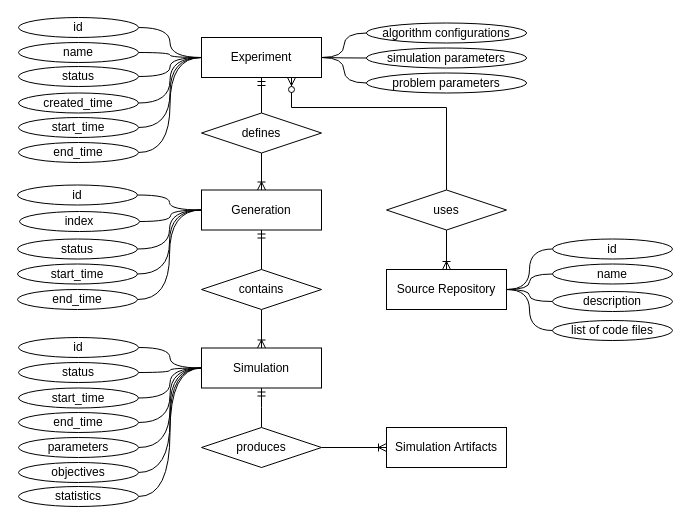
Earlier version of the draw.io diagram page "entity-relationship" (3 of 3) of docs/diagrams/diagrams1.drawio (JunioCesarFerreira/simlab). Source tidied: cells renumbered, new cells numbered last; positions are measured from the earlier drawing's top-left corner, leaving out a move shared by most shapes. Both pictures are drawn from the tidied source at 100%, with x=0, y=0 at pixel (17, 17).
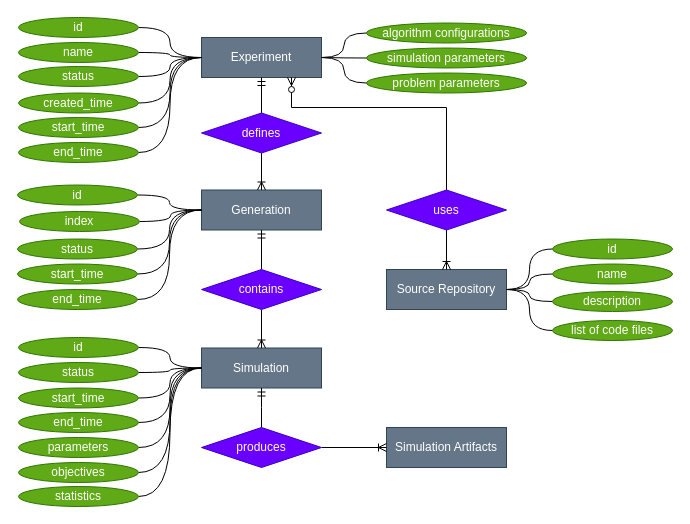
The same page after the edit.

The edit, as a diff of the source:
```diff
@@
-    <mxCell id="2" value="Experiment" style="rounded=0;whiteSpace=wrap;html=1;" parent="1" vertex="1">
+    <mxCell id="2" value="Experiment" style="rounded=0;whiteSpace=wrap;html=1;fillColor=#647687;strokeColor=#314354;fontColor=#ffffff;" parent="1" vertex="1">
       <mxGeometry x="184" y="20" width="120" height="40" as="geometry" />
     </mxCell>
-    <mxCell id="3" value="Simulation" style="rounded=0;whiteSpace=wrap;html=1;" parent="1" vertex="1">
+    <mxCell id="3" value="Simulation" style="rounded=0;whiteSpace=wrap;html=1;fillColor=#647687;strokeColor=#314354;fontColor=#ffffff;" parent="1" vertex="1">
       <mxGeometry x="184" y="330.5" width="120" height="40" as="geometry" />
     </mxCell>
@@
-    <mxCell id="5" value="id" style="ellipse;whiteSpace=wrap;html=1;" parent="1" vertex="1">
+    <mxCell id="5" value="id" style="ellipse;whiteSpace=wrap;html=1;fillColor=#60a917;strokeColor=#2D7600;fontColor=#ffffff;" parent="1" vertex="1">
       <mxGeometry x="1" width="120" height="20" as="geometry" />
     </mxCell>
@@
-    <mxCell id="7" value="name" style="ellipse;whiteSpace=wrap;html=1;" parent="1" vertex="1">
+    <mxCell id="7" value="name" style="ellipse;whiteSpace=wrap;html=1;fillColor=#60a917;strokeColor=#2D7600;fontColor=#ffffff;" parent="1" vertex="1">
       <mxGeometry x="1" y="25" width="120" height="20" as="geometry" />
     </mxCell>
@@
-    <mxCell id="9" value="status" style="ellipse;whiteSpace=wrap;html=1;" parent="1" vertex="1">
+    <mxCell id="9" value="status" style="ellipse;whiteSpace=wrap;html=1;fillColor=#60a917;strokeColor=#2D7600;fontColor=#ffffff;" parent="1" vertex="1">
       <mxGeometry x="1" y="49" width="120" height="20" as="geometry" />
     </mxCell>
-    <mxCell id="10" value="Generation" style="rounded=0;whiteSpace=wrap;html=1;" parent="1" vertex="1">
+    <mxCell id="10" value="Generation" style="rounded=0;whiteSpace=wrap;html=1;fillColor=#647687;strokeColor=#314354;fontColor=#ffffff;" parent="1" vertex="1">
       <mxGeometry x="184" y="172.5" width="120" height="40" as="geometry" />
     </mxCell>
@@
-    <mxCell id="12" value="id" style="ellipse;whiteSpace=wrap;html=1;" parent="1" vertex="1">
+    <mxCell id="12" value="id" style="ellipse;whiteSpace=wrap;html=1;fillColor=#60a917;strokeColor=#2D7600;fontColor=#ffffff;" parent="1" vertex="1">
       <mxGeometry x="1" y="320" width="120" height="20" as="geometry" />
     </mxCell>
@@
-    <mxCell id="14" value="status" style="ellipse;whiteSpace=wrap;html=1;" parent="1" vertex="1">
+    <mxCell id="14" value="status" style="ellipse;whiteSpace=wrap;html=1;fillColor=#60a917;strokeColor=#2D7600;fontColor=#ffffff;" parent="1" vertex="1">
       <mxGeometry x="1" y="345" width="120" height="20" as="geometry" />
     </mxCell>
@@
-    <mxCell id="16" value="id" style="ellipse;whiteSpace=wrap;html=1;" parent="1" vertex="1">
+    <mxCell id="16" value="id" style="ellipse;whiteSpace=wrap;html=1;fillColor=#60a917;strokeColor=#2D7600;fontColor=#ffffff;" parent="1" vertex="1">
       <mxGeometry y="167.5" width="120" height="20" as="geometry" />
     </mxCell>
@@
-    <mxCell id="18" value="status" style="ellipse;whiteSpace=wrap;html=1;" parent="1" vertex="1">
+    <mxCell id="18" value="status" style="ellipse;whiteSpace=wrap;html=1;fillColor=#60a917;strokeColor=#2D7600;fontColor=#ffffff;" parent="1" vertex="1">
       <mxGeometry y="221.5" width="120" height="20" as="geometry" />
     </mxCell>
-    <mxCell id="19" value="Source Repository" style="rounded=0;whiteSpace=wrap;html=1;" parent="1" vertex="1">
+    <mxCell id="19" value="Source Repository" style="rounded=0;whiteSpace=wrap;html=1;fillColor=#647687;strokeColor=#314354;fontColor=#ffffff;" parent="1" vertex="1">
       <mxGeometry x="369" y="252" width="120" height="40" as="geometry" />
     </mxCell>
@@
-    <mxCell id="21" value="id" style="ellipse;whiteSpace=wrap;html=1;" parent="1" vertex="1">
+    <mxCell id="21" value="id" style="ellipse;whiteSpace=wrap;html=1;fillColor=#60a917;strokeColor=#2D7600;fontColor=#ffffff;" parent="1" vertex="1">
       <mxGeometry x="535" y="221.5" width="120" height="20" as="geometry" />
     </mxCell>
@@
-    <mxCell id="23" value="name" style="ellipse;whiteSpace=wrap;html=1;" parent="1" vertex="1">
+    <mxCell id="23" value="name" style="ellipse;whiteSpace=wrap;html=1;fillColor=#60a917;strokeColor=#2D7600;fontColor=#ffffff;" parent="1" vertex="1">
       <mxGeometry x="535" y="246.5" width="120" height="20" as="geometry" />
     </mxCell>
@@
-    <mxCell id="25" value="description" style="ellipse;whiteSpace=wrap;html=1;" parent="1" vertex="1">
+    <mxCell id="25" value="description" style="ellipse;whiteSpace=wrap;html=1;fillColor=#60a917;strokeColor=#2D7600;fontColor=#ffffff;" parent="1" vertex="1">
       <mxGeometry x="535" y="274" width="120" height="20" as="geometry" />
     </mxCell>
@@
-    <mxCell id="27" value="parameters" style="ellipse;whiteSpace=wrap;html=1;" parent="1" vertex="1">
+    <mxCell id="27" value="parameters" style="ellipse;whiteSpace=wrap;html=1;fillColor=#60a917;strokeColor=#2D7600;fontColor=#ffffff;" parent="1" vertex="1">
       <mxGeometry x="1" y="420" width="120" height="20" as="geometry" />
     </mxCell>
-    <mxCell id="28" value="Simulation Artifacts" style="rounded=0;whiteSpace=wrap;html=1;" parent="1" vertex="1">
+    <mxCell id="28" value="Simulation Artifacts" style="rounded=0;whiteSpace=wrap;html=1;fillColor=#647687;strokeColor=#314354;fontColor=#ffffff;" parent="1" vertex="1">
       <mxGeometry x="369" y="410" width="120" height="40" as="geometry" />
     </mxCell>
@@
-    <mxCell id="30" value="objectives" style="ellipse;whiteSpace=wrap;html=1;" parent="1" vertex="1">
+    <mxCell id="30" value="objectives" style="ellipse;whiteSpace=wrap;html=1;fillColor=#60a917;strokeColor=#2D7600;fontColor=#ffffff;" parent="1" vertex="1">
       <mxGeometry x="1" y="445" width="120" height="20" as="geometry" />
     </mxCell>
@@
-    <mxCell id="32" value="start_time" style="ellipse;whiteSpace=wrap;html=1;" parent="1" vertex="1">
+    <mxCell id="32" value="start_time" style="ellipse;whiteSpace=wrap;html=1;fillColor=#60a917;strokeColor=#2D7600;fontColor=#ffffff;" parent="1" vertex="1">
       <mxGeometry y="246.5" width="120" height="20" as="geometry" />
     </mxCell>
@@
-    <mxCell id="34" value="end_time" style="ellipse;whiteSpace=wrap;html=1;" parent="1" vertex="1">
+    <mxCell id="34" value="end_time" style="ellipse;whiteSpace=wrap;html=1;fillColor=#60a917;strokeColor=#2D7600;fontColor=#ffffff;" parent="1" vertex="1">
       <mxGeometry y="272" width="120" height="20" as="geometry" />
     </mxCell>
@@
-    <mxCell id="36" value="start_time" style="ellipse;whiteSpace=wrap;html=1;" parent="1" vertex="1">
+    <mxCell id="36" value="start_time" style="ellipse;whiteSpace=wrap;html=1;fillColor=#60a917;strokeColor=#2D7600;fontColor=#ffffff;" parent="1" vertex="1">
       <mxGeometry x="1" y="370.5" width="120" height="20" as="geometry" />
     </mxCell>
@@
-    <mxCell id="38" value="end_time" style="ellipse;whiteSpace=wrap;html=1;" parent="1" vertex="1">
+    <mxCell id="38" value="end_time" style="ellipse;whiteSpace=wrap;html=1;fillColor=#60a917;strokeColor=#2D7600;fontColor=#ffffff;" parent="1" vertex="1">
       <mxGeometry x="1" y="395" width="120" height="20" as="geometry" />
     </mxCell>
@@
-    <mxCell id="40" value="index" style="ellipse;whiteSpace=wrap;html=1;" parent="1" vertex="1">
+    <mxCell id="40" value="index" style="ellipse;whiteSpace=wrap;html=1;fillColor=#60a917;strokeColor=#2D7600;fontColor=#ffffff;" parent="1" vertex="1">
       <mxGeometry x="2" y="194" width="120" height="20" as="geometry" />
     </mxCell>
@@
-    <mxCell id="42" value="algorithm configurations" style="ellipse;whiteSpace=wrap;html=1;" parent="1" vertex="1">
+    <mxCell id="42" value="algorithm configurations" style="ellipse;whiteSpace=wrap;html=1;fillColor=#60a917;strokeColor=#2D7600;fontColor=#ffffff;" parent="1" vertex="1">
       <mxGeometry x="349" y="5.5" width="160" height="20" as="geometry" />
     </mxCell>
@@
-    <mxCell id="44" value="created_time" style="ellipse;whiteSpace=wrap;html=1;" parent="1" vertex="1">
+    <mxCell id="44" value="created_time" style="ellipse;whiteSpace=wrap;html=1;fillColor=#60a917;strokeColor=#2D7600;fontColor=#ffffff;" parent="1" vertex="1">
       <mxGeometry x="1" y="75.5" width="120" height="20" as="geometry" />
     </mxCell>
@@
-    <mxCell id="46" value="statistics" style="ellipse;whiteSpace=wrap;html=1;" parent="1" vertex="1">
+    <mxCell id="46" value="statistics" style="ellipse;whiteSpace=wrap;html=1;fillColor=#60a917;strokeColor=#2D7600;fontColor=#ffffff;" parent="1" vertex="1">
       <mxGeometry x="1" y="469" width="120" height="20" as="geometry" />
     </mxCell>
@@
-    <mxCell id="49" value="defines" style="rhombus;whiteSpace=wrap;html=1;" parent="1" vertex="1">
+    <mxCell id="49" value="defines" style="rhombus;whiteSpace=wrap;html=1;fillColor=#6a00ff;strokeColor=#3700CC;fontColor=#ffffff;" parent="1" vertex="1">
       <mxGeometry x="184" y="95.5" width="120" height="40" as="geometry" />
     </mxCell>
@@
-    <mxCell id="52" value="contains" style="rhombus;whiteSpace=wrap;html=1;" parent="1" vertex="1">
+    <mxCell id="52" value="contains" style="rhombus;whiteSpace=wrap;html=1;fillColor=#6a00ff;strokeColor=#3700CC;fontColor=#ffffff;" parent="1" vertex="1">
       <mxGeometry x="184" y="252" width="120" height="40" as="geometry" />
     </mxCell>
@@
-    <mxCell id="54" value="start_time" style="ellipse;whiteSpace=wrap;html=1;" parent="1" vertex="1">
+    <mxCell id="54" value="start_time" style="ellipse;whiteSpace=wrap;html=1;fillColor=#60a917;strokeColor=#2D7600;fontColor=#ffffff;" parent="1" vertex="1">
       <mxGeometry x="1" y="100" width="120" height="20" as="geometry" />
     </mxCell>
@@
-    <mxCell id="56" value="end_time" style="ellipse;whiteSpace=wrap;html=1;" parent="1" vertex="1">
+    <mxCell id="56" value="end_time" style="ellipse;whiteSpace=wrap;html=1;fillColor=#60a917;strokeColor=#2D7600;fontColor=#ffffff;" parent="1" vertex="1">
       <mxGeometry x="1" y="125" width="120" height="20" as="geometry" />
     </mxCell>
@@
-    <mxCell id="58" value="simulation parameters" style="ellipse;whiteSpace=wrap;html=1;" parent="1" vertex="1">
+    <mxCell id="58" value="simulation parameters" style="ellipse;whiteSpace=wrap;html=1;fillColor=#60a917;strokeColor=#2D7600;fontColor=#ffffff;" parent="1" vertex="1">
       <mxGeometry x="349" y="30.5" width="160" height="20" as="geometry" />
     </mxCell>
@@
-    <mxCell id="60" value="problem parameters" style="ellipse;whiteSpace=wrap;html=1;" parent="1" vertex="1">
+    <mxCell id="60" value="problem parameters" style="ellipse;whiteSpace=wrap;html=1;fillColor=#60a917;strokeColor=#2D7600;fontColor=#ffffff;" parent="1" vertex="1">
       <mxGeometry x="349" y="55.5" width="160" height="20" as="geometry" />
     </mxCell>
@@
-    <mxCell id="63" value="uses" style="rhombus;whiteSpace=wrap;html=1;" parent="1" vertex="1">
+    <mxCell id="63" value="uses" style="rhombus;whiteSpace=wrap;html=1;fillColor=#6a00ff;strokeColor=#3700CC;fontColor=#ffffff;" parent="1" vertex="1">
       <mxGeometry x="369" y="172.5" width="120" height="40" as="geometry" />
     </mxCell>
@@
-    <mxCell id="66" value="produces" style="rhombus;whiteSpace=wrap;html=1;" parent="1" vertex="1">
+    <mxCell id="66" value="produces" style="rhombus;whiteSpace=wrap;html=1;fillColor=#6a00ff;strokeColor=#3700CC;fontColor=#ffffff;" parent="1" vertex="1">
       <mxGeometry x="184" y="410" width="120" height="40" as="geometry" />
     </mxCell>
@@
-    <mxCell id="68" value="list of code files" style="ellipse;whiteSpace=wrap;html=1;" parent="1" vertex="1">
+    <mxCell id="68" value="list of code files" style="ellipse;whiteSpace=wrap;html=1;fillColor=#60a917;strokeColor=#2D7600;fontColor=#ffffff;" parent="1" vertex="1">
       <mxGeometry x="535" y="303" width="120" height="20" as="geometry" />
     </mxCell>
```
